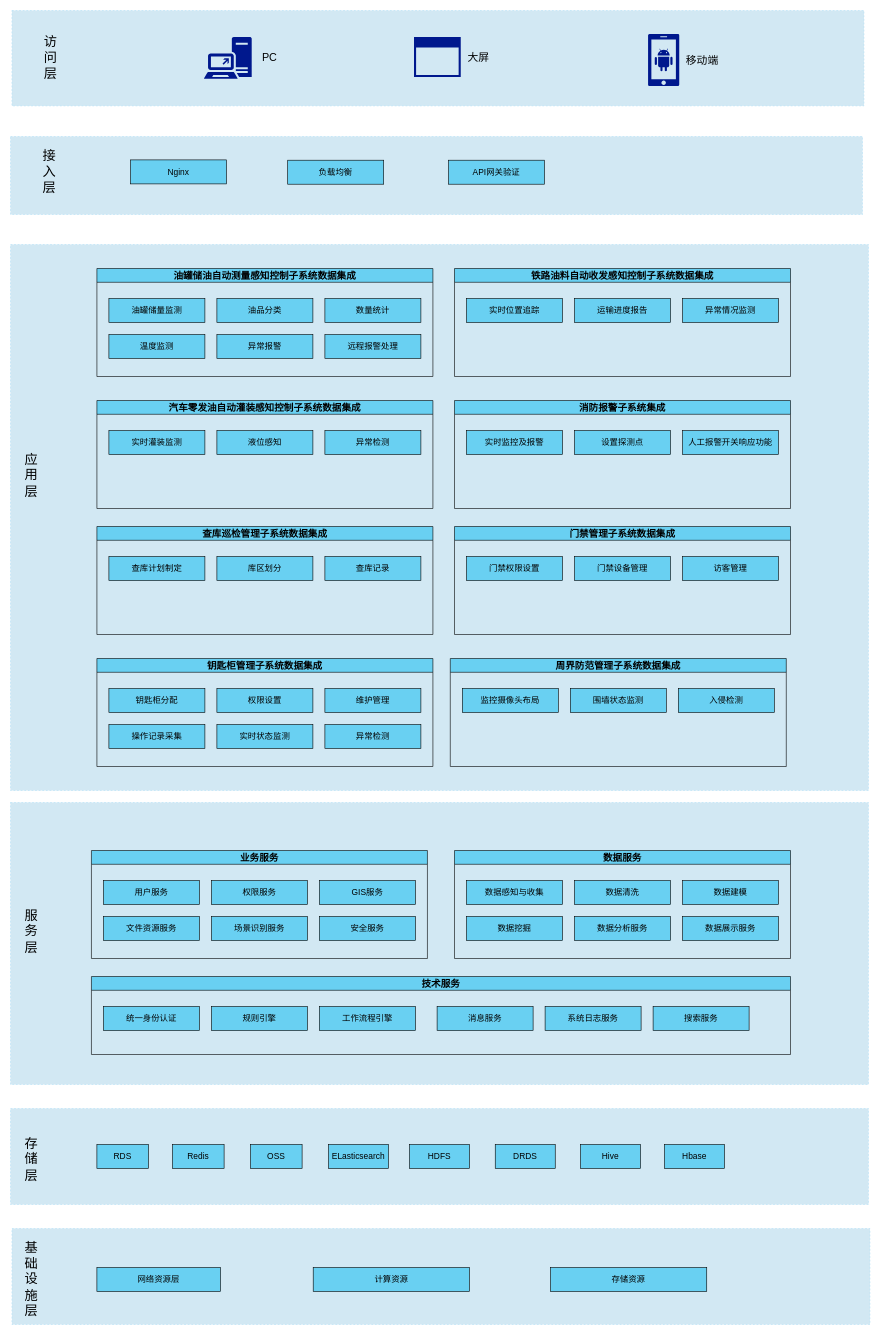
xuekang/drawio keeps this draw.io diagram as 油库物联网平台/系统架构图.drawio. Above is the earlier version. Source tidied: cells renumbered, new cells numbered last; positions are measured from the earlier drawing's top-left corner, leaving out a move shared by most shapes. Both pictures are drawn from the tidied source at 60%, with x=0, y=0 at pixel (10, 10).
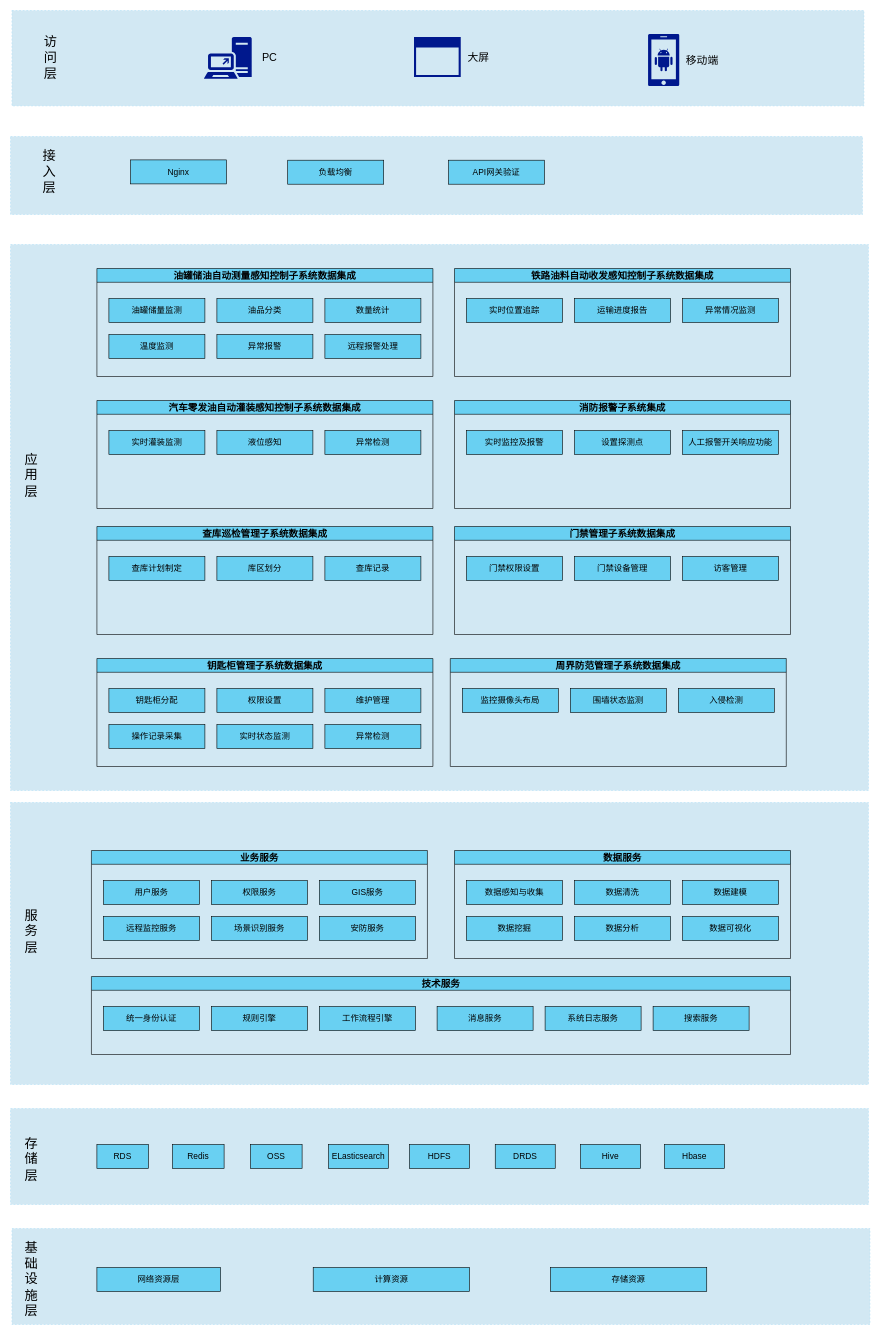
After the change.

Commit message (it also covers changes not shown here):
更新系统架构图.drawio

The change refers to these unchanged cells:
```xml
<mxCell id="55" value="业务服务" style="swimlane;fillColor=#69D0F2;fontSize=16;startSize=23;" parent="54" vertex="1">
  <mxGeometry width="560" height="180" as="geometry" />
</mxCell>
<mxCell id="63" value="数据服务" style="swimlane;fillColor=#69D0F2;fontSize=16;startSize=23;" parent="62" vertex="1">
  <mxGeometry width="560" height="180" as="geometry" />
</mxCell>
```

Diff of the diagram source:
```diff
@@
-    <mxCell id="57" value="&lt;p class=&quot;MsoNormal&quot;&gt;&lt;font style=&quot;font-size: 14px;&quot;&gt;文件资源服务&lt;/font&gt;&lt;br&gt;&lt;/p&gt;" style="rounded=0;whiteSpace=wrap;html=1;fillColor=#69d0f2;" parent="55" vertex="1">
+    <mxCell id="57" value="&lt;p class=&quot;MsoNormal&quot;&gt;&lt;span style=&quot;font-size: 14px;&quot;&gt;远程监控服务&lt;/span&gt;&lt;/p&gt;" style="rounded=0;whiteSpace=wrap;html=1;fillColor=#69d0f2;" parent="55" vertex="1">
       <mxGeometry x="20" y="110" width="160" height="40" as="geometry" />
     </mxCell>
@@
-    <mxCell id="59" value="&lt;p class=&quot;MsoNormal&quot;&gt;&lt;font style=&quot;font-size: 14px;&quot;&gt;安全服务&lt;/font&gt;&lt;/p&gt;" style="rounded=0;whiteSpace=wrap;html=1;fillColor=#69d0f2;" parent="55" vertex="1">
+    <mxCell id="59" value="&lt;p class=&quot;MsoNormal&quot;&gt;&lt;font style=&quot;font-size: 14px;&quot;&gt;安防服务&lt;/font&gt;&lt;/p&gt;" style="rounded=0;whiteSpace=wrap;html=1;fillColor=#69d0f2;" parent="55" vertex="1">
       <mxGeometry x="380" y="110" width="160" height="40" as="geometry" />
     </mxCell>
@@
-    <mxCell id="66" value="&lt;font style=&quot;font-size: 14px;&quot;&gt;数据分析服务&lt;/font&gt;" style="rounded=0;whiteSpace=wrap;html=1;fillColor=#69d0f2;" parent="63" vertex="1">
+    <mxCell id="66" value="&lt;font style=&quot;font-size: 14px;&quot;&gt;数据分析&lt;/font&gt;" style="rounded=0;whiteSpace=wrap;html=1;fillColor=#69d0f2;" parent="63" vertex="1">
       <mxGeometry x="200" y="110" width="160" height="40" as="geometry" />
     </mxCell>
-    <mxCell id="67" value="&lt;p class=&quot;MsoNormal&quot;&gt;&lt;font style=&quot;font-size: 14px;&quot;&gt;数据展示服务&lt;/font&gt;&lt;/p&gt;" style="rounded=0;whiteSpace=wrap;html=1;fillColor=#69d0f2;" parent="63" vertex="1">
+    <mxCell id="67" value="&lt;p class=&quot;MsoNormal&quot;&gt;&lt;font style=&quot;font-size: 14px;&quot;&gt;数据可视化&lt;/font&gt;&lt;/p&gt;" style="rounded=0;whiteSpace=wrap;html=1;fillColor=#69d0f2;" parent="63" vertex="1">
       <mxGeometry x="380" y="110" width="160" height="40" as="geometry" />
     </mxCell>
```
